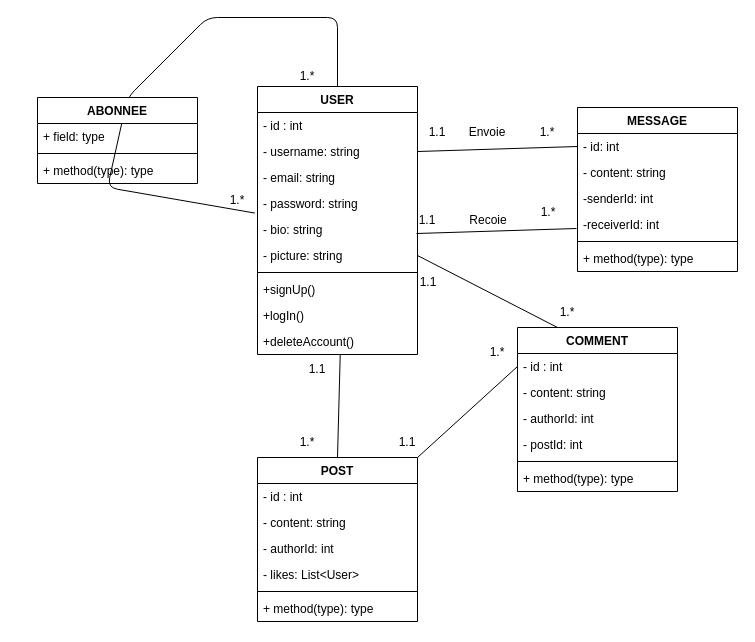
Earlier version of the draw.io diagram conception/diagramme_classe.drawio (AllaouiJihad/YouConnecte). Source tidied: cells renumbered, new cells numbered last; positions are measured from the earlier drawing's top-left corner, leaving out a move shared by most shapes. Both pictures are drawn from the tidied source at 100%, with x=0, y=0 at pixel (37, 17).
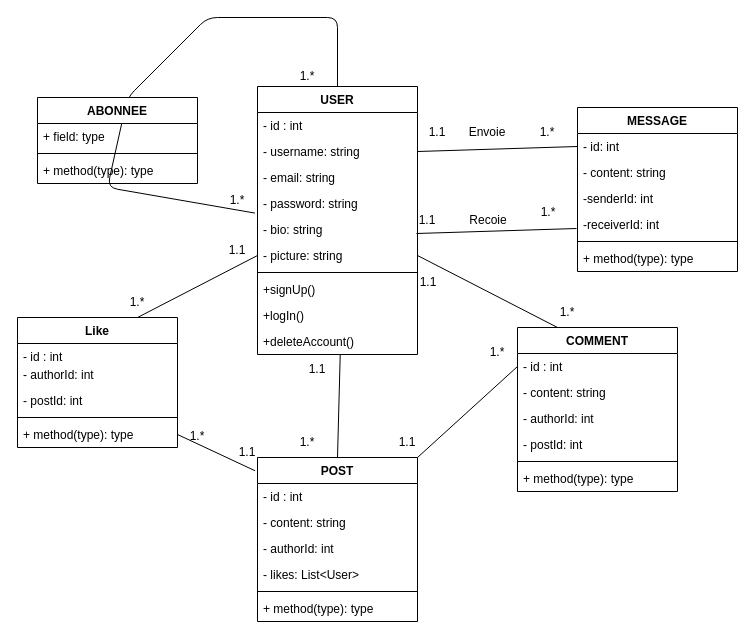
Above is the later version.

The change refers to these unchanged cells:
```xml
<mxCell id="8" value="- picture: string&#10;" style="text;strokeColor=none;fillColor=none;align=left;verticalAlign=top;spacingLeft=4;spacingRight=4;overflow=hidden;points=[[0,0.5],[1,0.5]];portConstraint=eastwest;" parent="2" vertex="1">
  <mxGeometry y="156" width="160" height="26" as="geometry" />
</mxCell>
<mxCell id="14" value="POST" style="swimlane;fontStyle=1;align=center;verticalAlign=top;horizontal=1;startSize=26;" parent="1" vertex="1">
  <mxGeometry x="220" y="440" width="160" height="164" as="geometry" />
</mxCell>
```

The edit, as a diff of the source:
```diff
@@
+    <mxCell id="58" value="Like" style="swimlane;fontStyle=1;align=center;verticalAlign=top;horizontal=1;startSize=26;" parent="1" vertex="1">
+      <mxGeometry x="-20" y="300" width="160" height="130" as="geometry" />
+    </mxCell>
+    <mxCell id="59" value="- id : int" style="text;strokeColor=none;fillColor=none;align=left;verticalAlign=top;spacingLeft=4;spacingRight=4;overflow=hidden;" parent="58" vertex="1">
+      <mxGeometry y="26" width="160" height="18" as="geometry" />
+    </mxCell>
+    <mxCell id="60" value="- authorId: int&#10;" style="text;strokeColor=none;fillColor=none;align=left;verticalAlign=top;spacingLeft=4;spacingRight=4;overflow=hidden;" parent="58" vertex="1">
+      <mxGeometry y="44" width="160" height="26" as="geometry" />
+    </mxCell>
+    <mxCell id="61" value="- postId: int&#10;" style="text;strokeColor=none;fillColor=none;align=left;verticalAlign=top;spacingLeft=4;spacingRight=4;overflow=hidden;" parent="58" vertex="1">
+      <mxGeometry y="70" width="160" height="26" as="geometry" />
+    </mxCell>
+    <mxCell id="62" style="line;strokeWidth=1;fillColor=none;align=left;verticalAlign=middle;spacingTop=-1;spacingLeft=3;spacingRight=3;labelPosition=right;strokeColor=inherit;" parent="58" vertex="1">
+      <mxGeometry y="96" width="160" height="8" as="geometry" />
+    </mxCell>
+    <mxCell id="63" value="+ method(type): type" style="text;strokeColor=none;fillColor=none;align=left;verticalAlign=top;spacingLeft=4;spacingRight=4;overflow=hidden;points=[[0,0.5],[1,0.5]];portConstraint=eastwest;" parent="58" vertex="1">
+      <mxGeometry y="104" width="160" height="26" as="geometry" />
+    </mxCell>
+    <mxCell id="64" style="endArrow=none;html=1;entryX=0;entryY=0.5;entryDx=0;entryDy=0;exitX=0.75;exitY=0;exitDx=0;exitDy=0;" parent="1" edge="1" source="58" target="8">
+      <mxGeometry relative="1" as="geometry" />
+    </mxCell>
+    <mxCell id="65" value="1.1" style="text;html=1;strokeColor=none;fillColor=none;align=center;verticalAlign=middle;whiteSpace=wrap;rounded=0;" parent="1" vertex="1">
+      <mxGeometry x="170" y="218" width="60" height="30" as="geometry" />
+    </mxCell>
+    <mxCell id="66" value="1.*" style="text;html=1;strokeColor=none;fillColor=none;align=center;verticalAlign=middle;whiteSpace=wrap;rounded=0;" parent="1" vertex="1">
+      <mxGeometry x="70" y="270" width="60" height="30" as="geometry" />
+    </mxCell>
+    <mxCell id="67" style="endArrow=none;html=1;entryX=-0.015;entryY=0.081;entryDx=0;entryDy=0;exitX=1;exitY=0.5;exitDx=0;exitDy=0;entryPerimeter=0;" parent="1" edge="1" source="63" target="14">
+      <mxGeometry relative="1" as="geometry" />
+    </mxCell>
+    <mxCell id="68" value="1.1" style="text;html=1;strokeColor=none;fillColor=none;align=center;verticalAlign=middle;whiteSpace=wrap;rounded=0;" parent="1" vertex="1">
+      <mxGeometry x="180" y="420" width="60" height="30" as="geometry" />
+    </mxCell>
+    <mxCell id="69" value="1.*" style="text;html=1;strokeColor=none;fillColor=none;align=center;verticalAlign=middle;whiteSpace=wrap;rounded=0;" parent="1" vertex="1">
+      <mxGeometry x="80" y="404" width="160" height="30" as="geometry" />
+    </mxCell>
```
